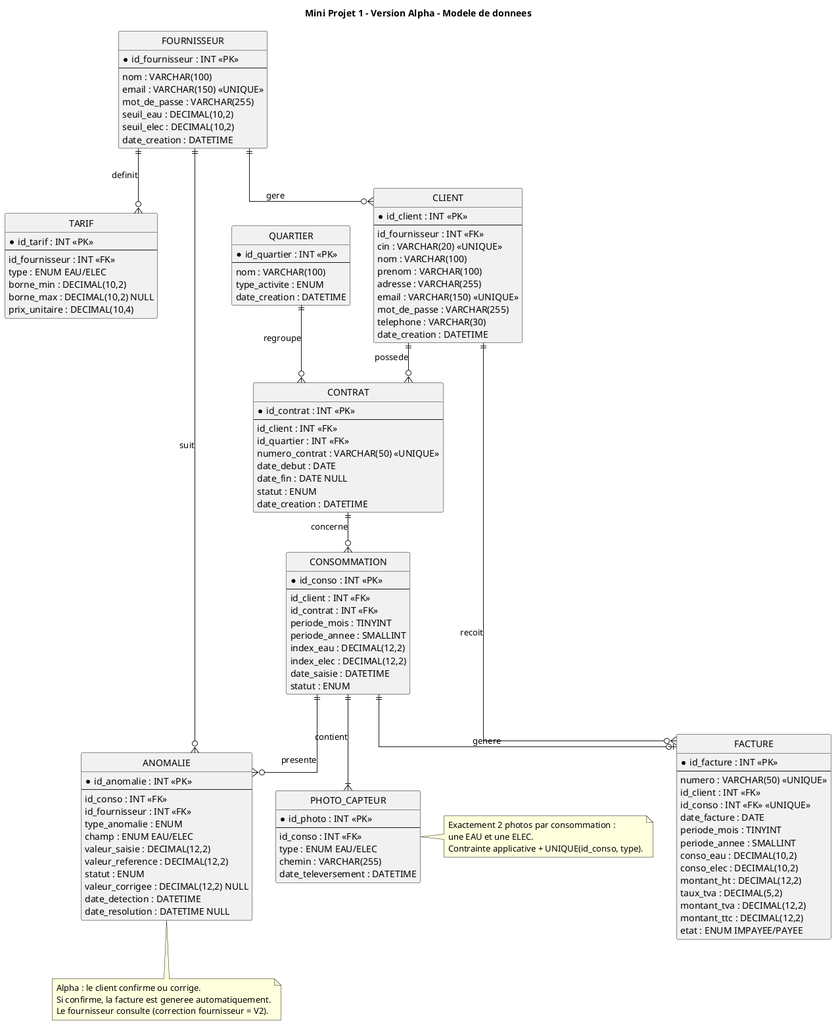
The PlantUML diagram docs/conception/msd/msd.png in AbdellahBouarguan/miniprojectI_WEB, before a commit.
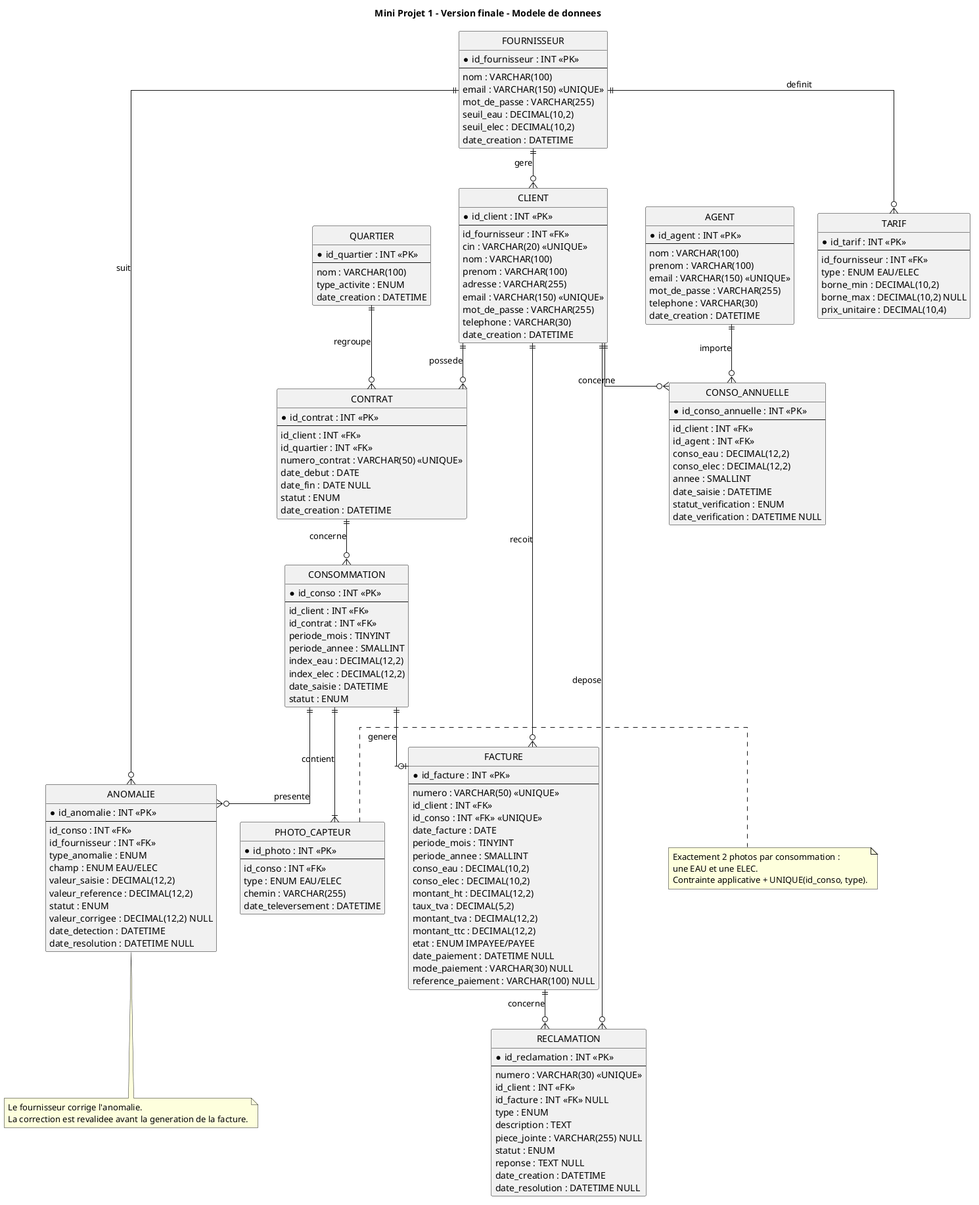
After the change.

The edit, as a diff of the source:
```diff
@@ -1,5 +1,5 @@
 @startuml msd
-title Mini Projet 1 - Version Alpha - Modele de donnees
+title Mini Projet 1 - Version finale - Modele de donnees
 hide circle
 skinparam linetype ortho
 skinparam entity {
@@ -15,6 +15,17 @@
   mot_de_passe : VARCHAR(255)
   seuil_eau : DECIMAL(10,2)
   seuil_elec : DECIMAL(10,2)
+  date_creation : DATETIME
+}
+
+entity "AGENT" as agent {
+  * id_agent : INT <<PK>>
+  --
+  nom : VARCHAR(100)
+  prenom : VARCHAR(100)
+  email : VARCHAR(150) <<UNIQUE>>
+  mot_de_passe : VARCHAR(255)
+  telephone : VARCHAR(30)
   date_creation : DATETIME
 }
 
@@ -75,6 +86,19 @@
   statut : ENUM
 }
 
+entity "CONSO_ANNUELLE" as conso_annuelle {
+  * id_conso_annuelle : INT <<PK>>
+  --
+  id_client : INT <<FK>>
+  id_agent : INT <<FK>>
+  conso_eau : DECIMAL(12,2)
+  conso_elec : DECIMAL(12,2)
+  annee : SMALLINT
+  date_saisie : DATETIME
+  statut_verification : ENUM
+  date_verification : DATETIME NULL
+}
+
 entity "PHOTO_CAPTEUR" as photo_capteur {
   * id_photo : INT <<PK>>
   --
@@ -115,11 +139,31 @@
   montant_tva : DECIMAL(12,2)
   montant_ttc : DECIMAL(12,2)
   etat : ENUM IMPAYEE/PAYEE
+  date_paiement : DATETIME NULL
+  mode_paiement : VARCHAR(30) NULL
+  reference_paiement : VARCHAR(100) NULL
+}
+
+entity "RECLAMATION" as reclamation {
+  * id_reclamation : INT <<PK>>
+  --
+  numero : VARCHAR(30) <<UNIQUE>>
+  id_client : INT <<FK>>
+  id_facture : INT <<FK>> NULL
+  type : ENUM
+  description : TEXT
+  piece_jointe : VARCHAR(255) NULL
+  statut : ENUM
+  reponse : TEXT NULL
+  date_creation : DATETIME
+  date_resolution : DATETIME NULL
 }
 
 fournisseur ||--o{ client : "gere"
 fournisseur ||--o{ tarif : "definit"
 fournisseur ||--o{ anomalie : "suit"
+agent ||--o{ conso_annuelle : "importe"
+client ||--o{ conso_annuelle : "concerne"
 client ||--o{ contrat : "possede"
 quartier ||--o{ contrat : "regroupe"
 contrat ||--o{ consommation : "concerne"
@@ -127,6 +171,8 @@
 consommation ||--o{ anomalie : "presente"
 consommation ||--o| facture : "genere"
 consommation ||--|{ photo_capteur : "contient"
+client ||--o{ reclamation : "depose"
+facture ||--o{ reclamation : "concerne"
 
 note right of photo_capteur
   Exactement 2 photos par consommation :
@@ -135,9 +181,8 @@
 end note
 
 note bottom of anomalie
-  Alpha : le client confirme ou corrige.
-  Si confirme, la facture est generee automatiquement.
-  Le fournisseur consulte (correction fournisseur = V2).
+  Le fournisseur corrige l'anomalie.
+  La correction est revalidee avant la generation de la facture.
 end note
 
 @enduml
```
